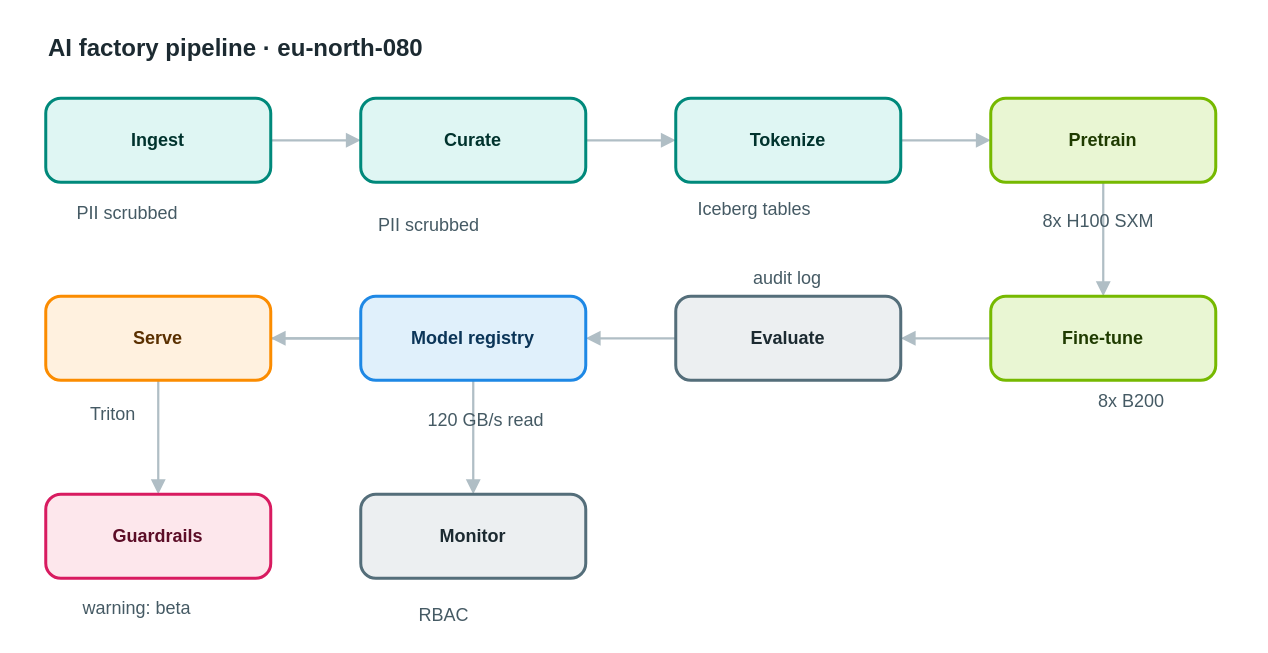
The draw.io diagram apps/web/public/samples/library/080-ai-factory-pipeline.drawio in AryanG01/open-apprentice, before the edit. Source tidied: cells renumbered, new cells numbered last; positions are measured from the earlier drawing's top-left corner, leaving out a move shared by most shapes. Both pictures are drawn from the tidied source at 150%, with x=0, y=0 at pixel (45, 26).
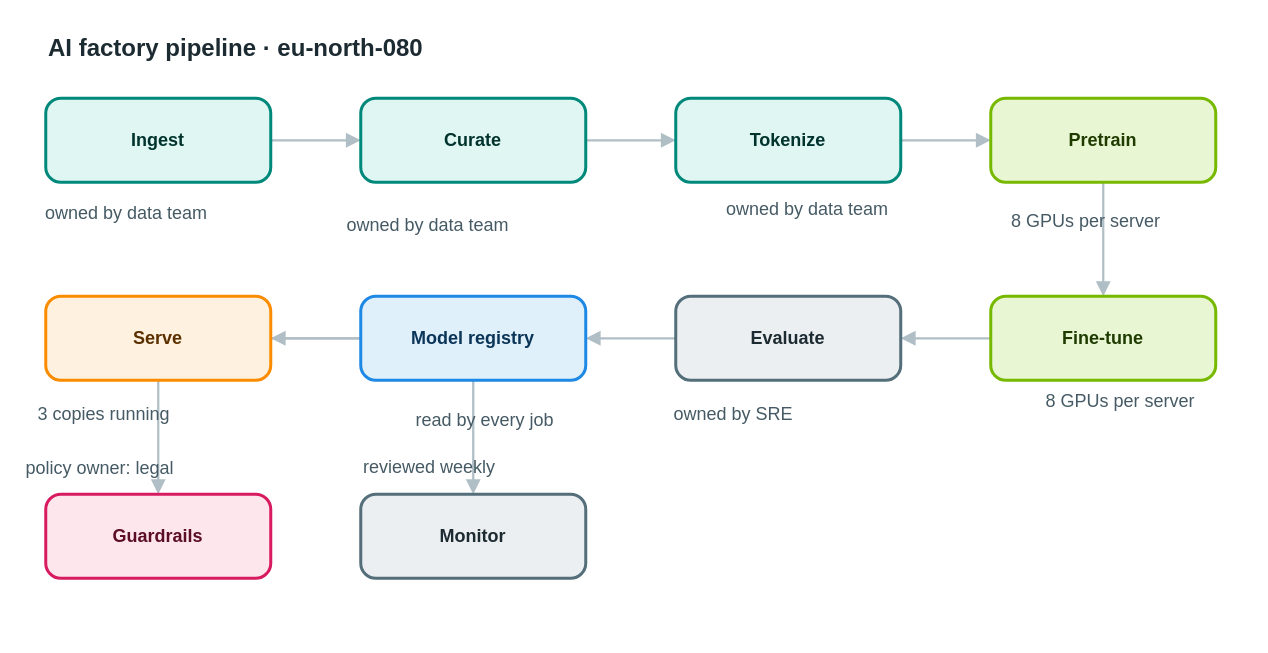
After the change.

What changed in the source:
```diff
@@
-    <mxCell id="22" value="PII scrubbed" style="text;html=1;align=left;verticalAlign=top;whiteSpace=nowrap;spacing=0;spacingTop=0;strokeColor=none;fillColor=none;fontSize=12;fontColor=#455a64;" parent="1" vertex="1">
-      <mxGeometry x="21" y="113" width="96" height="20" as="geometry" />
+    <mxCell id="22" value="owned by data team" style="text;html=1;align=left;verticalAlign=top;whiteSpace=nowrap;spacing=0;spacingTop=0;strokeColor=none;fillColor=none;fontSize=12;fontColor=#455a64;" parent="1" vertex="1">
+      <mxGeometry y="113" width="138" height="20" as="geometry" />
     </mxCell>
-    <mxCell id="23" value="PII scrubbed" style="text;html=1;align=left;verticalAlign=top;whiteSpace=nowrap;spacing=0;spacingTop=0;strokeColor=none;fillColor=none;fontSize=12;fontColor=#455a64;" parent="1" vertex="1">
-      <mxGeometry x="222" y="121" width="96" height="20" as="geometry" />
+    <mxCell id="23" value="owned by data team" style="text;html=1;align=left;verticalAlign=top;whiteSpace=nowrap;spacing=0;spacingTop=0;strokeColor=none;fillColor=none;fontSize=12;fontColor=#455a64;" parent="1" vertex="1">
+      <mxGeometry x="201" y="121" width="138" height="20" as="geometry" />
     </mxCell>
-    <mxCell id="24" value="Iceberg tables" style="text;html=1;align=left;verticalAlign=top;whiteSpace=nowrap;spacing=0;spacingTop=0;strokeColor=none;fillColor=none;fontSize=12;fontColor=#455a64;" parent="1" vertex="1">
-      <mxGeometry x="435" y="110" width="110" height="20" as="geometry" />
+    <mxCell id="24" value="owned by data team" style="text;html=1;align=left;verticalAlign=top;whiteSpace=nowrap;spacing=0;spacingTop=0;strokeColor=none;fillColor=none;fontSize=12;fontColor=#455a64;" parent="1" vertex="1">
+      <mxGeometry x="454" y="110" width="138" height="20" as="geometry" />
     </mxCell>
-    <mxCell id="25" value="8x H100 SXM" style="text;html=1;align=left;verticalAlign=top;whiteSpace=nowrap;spacing=0;spacingTop=0;strokeColor=none;fillColor=none;fontSize=12;fontColor=#455a64;" parent="1" vertex="1">
-      <mxGeometry x="665" y="118" width="89" height="20" as="geometry" />
+    <mxCell id="25" value="8 GPUs per server" style="text;html=1;align=left;verticalAlign=top;whiteSpace=nowrap;spacing=0;spacingTop=0;strokeColor=none;fillColor=none;fontSize=12;fontColor=#455a64;" parent="1" vertex="1">
+      <mxGeometry x="644" y="118" width="131" height="20" as="geometry" />
     </mxCell>
-    <mxCell id="26" value="8x B200" style="text;html=1;align=left;verticalAlign=top;whiteSpace=nowrap;spacing=0;spacingTop=0;strokeColor=none;fillColor=none;fontSize=12;fontColor=#455a64;" parent="1" vertex="1">
-      <mxGeometry x="702" y="238" width="61" height="20" as="geometry" />
+    <mxCell id="26" value="8 GPUs per server" style="text;html=1;align=left;verticalAlign=top;whiteSpace=nowrap;spacing=0;spacingTop=0;strokeColor=none;fillColor=none;fontSize=12;fontColor=#455a64;" parent="1" vertex="1">
+      <mxGeometry x="667" y="238" width="131" height="20" as="geometry" />
     </mxCell>
-    <mxCell id="27" value="audit log" style="text;html=1;align=left;verticalAlign=top;whiteSpace=nowrap;spacing=0;spacingTop=0;strokeColor=none;fillColor=none;fontSize=12;fontColor=#455a64;" parent="1" vertex="1">
-      <mxGeometry x="472" y="156" width="75" height="20" as="geometry" />
+    <mxCell id="27" value="owned by SRE" style="text;html=1;align=left;verticalAlign=top;whiteSpace=nowrap;spacing=0;spacingTop=0;strokeColor=none;fillColor=none;fontSize=12;fontColor=#455a64;" parent="1" vertex="1">
+      <mxGeometry x="419" y="247" width="96" height="20" as="geometry" />
     </mxCell>
-    <mxCell id="28" value="120 GB/s read" style="text;html=1;align=left;verticalAlign=top;whiteSpace=nowrap;spacing=0;spacingTop=0;strokeColor=none;fillColor=none;fontSize=12;fontColor=#455a64;" parent="1" vertex="1">
-      <mxGeometry x="255" y="251" width="103" height="20" as="geometry" />
+    <mxCell id="28" value="read by every job" style="text;html=1;align=left;verticalAlign=top;whiteSpace=nowrap;spacing=0;spacingTop=0;strokeColor=none;fillColor=none;fontSize=12;fontColor=#455a64;" parent="1" vertex="1">
+      <mxGeometry x="247" y="251" width="131" height="20" as="geometry" />
     </mxCell>
-    <mxCell id="29" value="Triton" style="text;html=1;align=left;verticalAlign=top;whiteSpace=nowrap;spacing=0;spacingTop=0;strokeColor=none;fillColor=none;fontSize=12;fontColor=#455a64;" parent="1" vertex="1">
-      <mxGeometry x="30" y="247" width="54" height="20" as="geometry" />
+    <mxCell id="29" value="3 copies running" style="text;html=1;align=left;verticalAlign=top;whiteSpace=nowrap;spacing=0;spacingTop=0;strokeColor=none;fillColor=none;fontSize=12;fontColor=#455a64;" parent="1" vertex="1">
+      <mxGeometry x="-5" y="247" width="124" height="20" as="geometry" />
     </mxCell>
-    <mxCell id="30" value="warning: beta" style="text;html=1;align=left;verticalAlign=top;whiteSpace=nowrap;spacing=0;spacingTop=0;strokeColor=none;fillColor=none;fontSize=12;fontColor=#455a64;" parent="1" vertex="1">
-      <mxGeometry x="25" y="376" width="103" height="20" as="geometry" />
+    <mxCell id="30" value="policy owner: legal" style="text;html=1;align=left;verticalAlign=top;whiteSpace=nowrap;spacing=0;spacingTop=0;strokeColor=none;fillColor=none;fontSize=12;fontColor=#455a64;" parent="1" vertex="1">
+      <mxGeometry x="-13" y="283" width="145" height="20" as="geometry" />
     </mxCell>
-    <mxCell id="31" value="RBAC" style="text;html=1;align=left;verticalAlign=top;whiteSpace=nowrap;spacing=0;spacingTop=0;strokeColor=none;fillColor=none;fontSize=12;fontColor=#455a64;" parent="1" vertex="1">
-      <mxGeometry x="249" y="381" width="40" height="20" as="geometry" />
+    <mxCell id="31" value="reviewed weekly" style="text;html=1;align=left;verticalAlign=top;whiteSpace=nowrap;spacing=0;spacingTop=0;strokeColor=none;fillColor=none;fontSize=12;fontColor=#455a64;" parent="1" vertex="1">
+      <mxGeometry x="212" y="282" width="117" height="20" as="geometry" />
     </mxCell>
```
